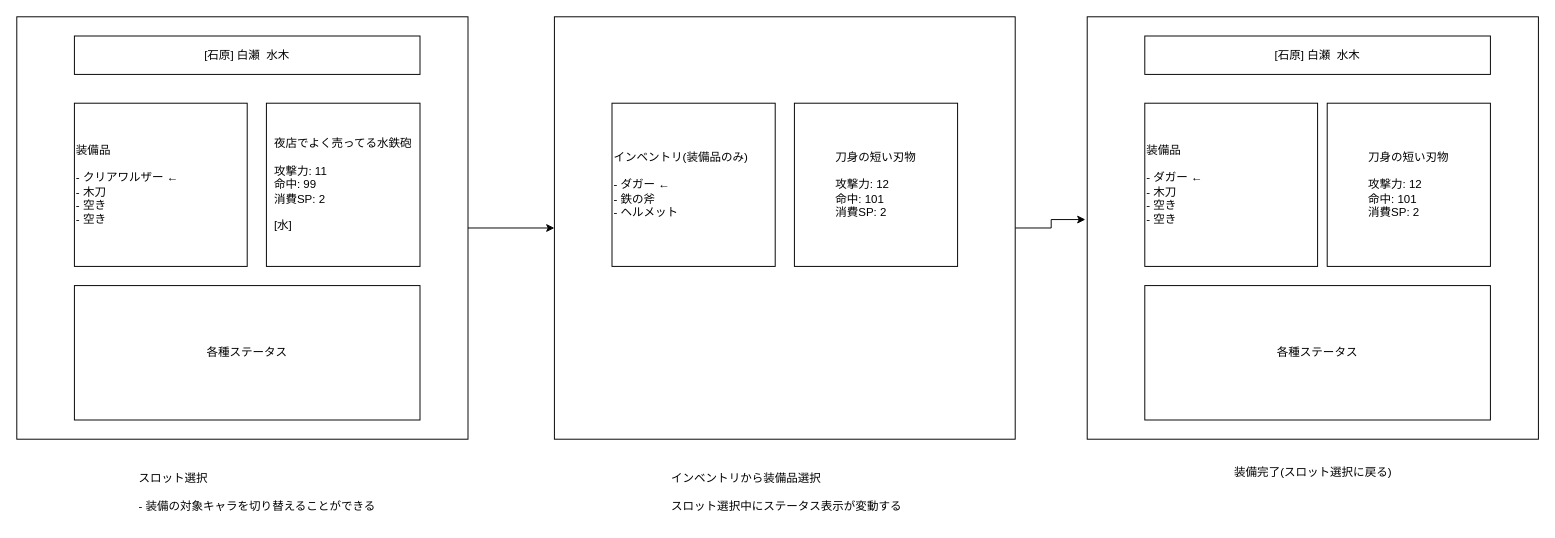
This is page "装備画面" (7 of 7) of digger.drawio from kijimaD/digger_rs, a draw.io file, before an edit. Source tidied: cells renumbered, new cells numbered last; positions are measured from the earlier drawing's top-left corner, leaving out a move shared by most shapes. Both pictures are drawn from the tidied source at 96%, with x=0, y=0 at pixel (16, 16).
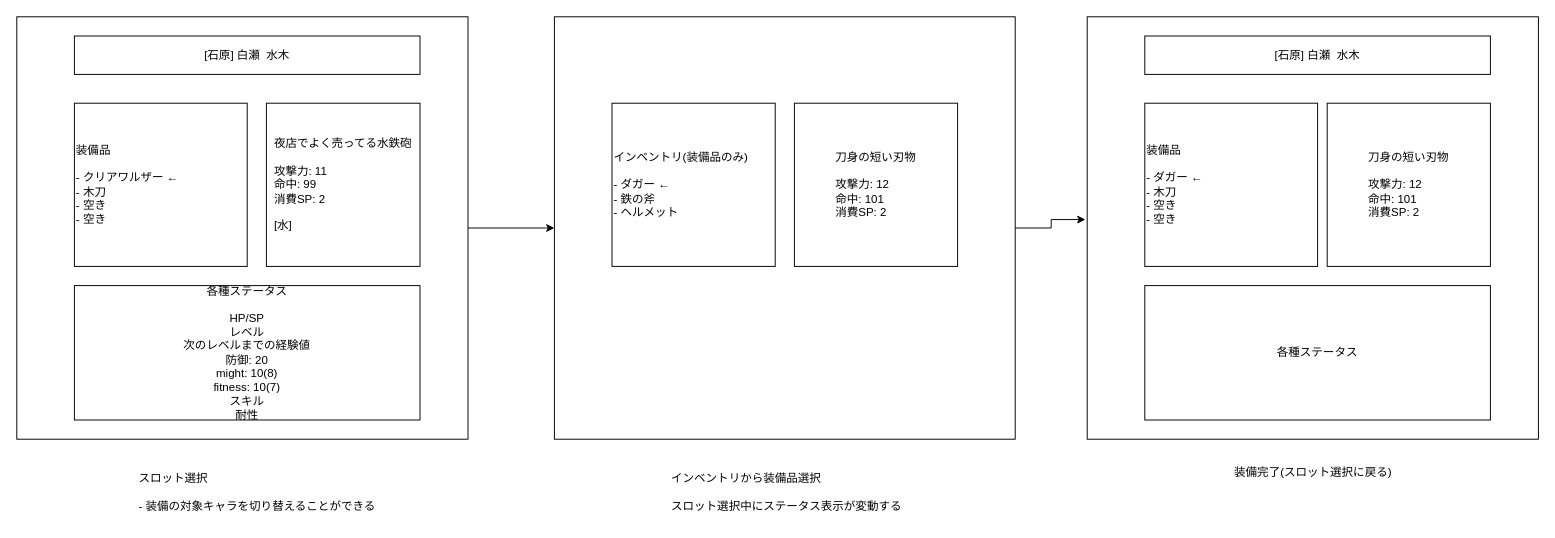
After the change.

Commit message:
digger.drawio を更新します

Change to the diagram source:
```diff
@@
 <mxGraphModel>
   <root>
     <mxCell id="0" />
     <mxCell id="1" parent="0" />
     <mxCell id="2" style="edgeStyle=orthogonalEdgeStyle;rounded=0;jettySize=auto;html=1;" parent="1" edge="1" source="3" target="7">
       <mxGeometry relative="1" as="geometry" />
     </mxCell>
     <mxCell id="3" style="rounded=0;whiteSpace=wrap;html=1;" parent="1" vertex="1">
       <mxGeometry width="470" height="440" as="geometry" />
     </mxCell>
     <mxCell id="4" value="&lt;div align=&quot;left&quot;&gt;装備品&lt;br&gt;&lt;/div&gt;&lt;div align=&quot;left&quot;&gt;&lt;br&gt;&lt;/div&gt;&lt;div align=&quot;left&quot;&gt;- クリアワルザー ←&lt;br&gt;&lt;/div&gt;&lt;div align=&quot;left&quot;&gt;- 木刀&lt;br&gt;&lt;/div&gt;&lt;div align=&quot;left&quot;&gt;- 空き&lt;/div&gt;&lt;div align=&quot;left&quot;&gt;- 空き&lt;br&gt;&lt;/div&gt;" style="rounded=0;whiteSpace=wrap;html=1;align=left;" parent="1" vertex="1">
       <mxGeometry x="60" y="90" width="180" height="170" as="geometry" />
     </mxCell>
     <mxCell id="5" value="[石原] 白瀬&amp;nbsp; 水木" style="rounded=0;whiteSpace=wrap;html=1;" parent="1" vertex="1">
       <mxGeometry x="60" y="20" width="360" height="40" as="geometry" />
     </mxCell>
     <mxCell id="6" style="edgeStyle=orthogonalEdgeStyle;rounded=0;jettySize=auto;html=1;entryX=-0.004;entryY=0.48;entryDx=0;entryDy=0;entryPerimeter=0;" parent="1" edge="1" source="7" target="15">
       <mxGeometry relative="1" as="geometry" />
     </mxCell>
     <mxCell id="7" style="rounded=0;whiteSpace=wrap;html=1;" parent="1" vertex="1">
       <mxGeometry x="560" width="480" height="440" as="geometry" />
     </mxCell>
     <mxCell id="8" value="&lt;div align=&quot;left&quot;&gt;インベントリ(装備品のみ)&lt;br&gt;&lt;br&gt;- ダガー ←&lt;br&gt;- 鉄の斧&lt;/div&gt;&lt;div align=&quot;left&quot;&gt;- ヘルメット&lt;br&gt;&lt;/div&gt;" style="rounded=0;whiteSpace=wrap;html=1;align=left;" parent="1" vertex="1">
       <mxGeometry x="620" y="90" width="170" height="170" as="geometry" />
     </mxCell>
     <mxCell id="9" value="&lt;div align=&quot;left&quot;&gt;スロット選択&lt;br&gt;&lt;/div&gt;&lt;div align=&quot;left&quot;&gt;&lt;br&gt;&lt;/div&gt;&lt;div align=&quot;left&quot;&gt;- 装備の対象キャラを切り替えることができる&lt;br&gt;&lt;/div&gt;" style="text;html=1;align=center;verticalAlign=middle;strokeColor=none;fillColor=none;" parent="1" vertex="1">
       <mxGeometry x="125" y="465" width="250" height="60" as="geometry" />
     </mxCell>
     <mxCell id="10" value="&lt;div align=&quot;left&quot;&gt;インベントリから装備品選択&lt;/div&gt;&lt;div align=&quot;left&quot;&gt;&lt;br&gt;&lt;/div&gt;&lt;div align=&quot;left&quot;&gt;スロット選択中にステータス表示が変動する&lt;br&gt;&lt;/div&gt;" style="text;html=1;align=left;verticalAlign=middle;strokeColor=none;fillColor=none;" parent="1" vertex="1">
       <mxGeometry x="680" y="465" width="240" height="60" as="geometry" />
     </mxCell>
     <mxCell id="11" value="装備完了(スロット選択に戻る)" style="text;html=1;align=center;verticalAlign=middle;strokeColor=none;fillColor=none;" parent="1" vertex="1">
       <mxGeometry x="1265" y="460" width="170" height="30" as="geometry" />
     </mxCell>
-    <mxCell id="12" value="各種ステータス" style="rounded=0;whiteSpace=wrap;html=1;" parent="1" vertex="1">
+    <mxCell id="12" value="各種ステータス&lt;br&gt;&lt;div&gt;&lt;br&gt;&lt;/div&gt;&lt;div&gt;HP/SP&lt;br&gt;&lt;/div&gt;&lt;div&gt;レベル&lt;/div&gt;&lt;div&gt;次のレベルまでの経験値&lt;/div&gt;&lt;div&gt;防御: 20&lt;/div&gt;&lt;div&gt;might: 10(8)&lt;/div&gt;&lt;div&gt;fitness: 10(7)&lt;/div&gt;&lt;div&gt;スキル&lt;/div&gt;&lt;div&gt;耐性&lt;/div&gt;" style="rounded=0;whiteSpace=wrap;html=1;" parent="1" vertex="1">
       <mxGeometry x="60" y="280" width="360" height="140" as="geometry" />
     </mxCell>
     <mxCell id="13" value="&lt;div align=&quot;left&quot;&gt;夜店でよく売ってる水鉄砲&lt;br&gt;&lt;/div&gt;&lt;div align=&quot;left&quot;&gt;&lt;br&gt;&lt;/div&gt;&lt;div align=&quot;left&quot;&gt;攻撃力: 11&lt;/div&gt;&lt;div align=&quot;left&quot;&gt;命中: 99&lt;/div&gt;&lt;div align=&quot;left&quot;&gt;消費SP: 2&lt;/div&gt;&lt;div align=&quot;left&quot;&gt;&lt;br&gt;&lt;/div&gt;&lt;div align=&quot;left&quot;&gt;[水]&lt;br&gt;&lt;/div&gt;" style="rounded=0;whiteSpace=wrap;html=1;" parent="1" vertex="1">
       <mxGeometry x="260" y="90" width="160" height="170" as="geometry" />
     </mxCell>
     <mxCell id="14" value="&lt;div align=&quot;left&quot;&gt;刀身の短い刃物&lt;br&gt;&lt;/div&gt;&lt;div align=&quot;left&quot;&gt;&lt;br&gt;&lt;/div&gt;&lt;div align=&quot;left&quot;&gt;攻撃力: 12&lt;/div&gt;&lt;div align=&quot;left&quot;&gt;命中: 101&lt;br&gt;&lt;/div&gt;&lt;div align=&quot;left&quot;&gt;消費SP: 2&lt;/div&gt;" style="rounded=0;whiteSpace=wrap;html=1;" parent="1" vertex="1">
       <mxGeometry x="810" y="90" width="170" height="170" as="geometry" />
     </mxCell>
     <mxCell id="15" style="rounded=0;whiteSpace=wrap;html=1;" parent="1" vertex="1">
       <mxGeometry x="1115" width="470" height="440" as="geometry" />
     </mxCell>
     <mxCell id="16" value="&lt;div align=&quot;left&quot;&gt;装備品&lt;br&gt;&lt;/div&gt;&lt;div align=&quot;left&quot;&gt;&lt;br&gt;&lt;/div&gt;&lt;div align=&quot;left&quot;&gt;- ダガー ←&lt;br&gt;&lt;/div&gt;&lt;div align=&quot;left&quot;&gt;- 木刀&lt;br&gt;&lt;/div&gt;&lt;div align=&quot;left&quot;&gt;- 空き&lt;/div&gt;&lt;div align=&quot;left&quot;&gt;- 空き&lt;br&gt;&lt;/div&gt;" style="rounded=0;whiteSpace=wrap;html=1;align=left;" parent="1" vertex="1">
       <mxGeometry x="1175" y="90" width="180" height="170" as="geometry" />
     </mxCell>
     <mxCell id="17" value="[石原] 白瀬&amp;nbsp; 水木" style="rounded=0;whiteSpace=wrap;html=1;" parent="1" vertex="1">
       <mxGeometry x="1175" y="20" width="360" height="40" as="geometry" />
     </mxCell>
     <mxCell id="18" value="各種ステータス" style="rounded=0;whiteSpace=wrap;html=1;" parent="1" vertex="1">
       <mxGeometry x="1175" y="280" width="360" height="140" as="geometry" />
     </mxCell>
     <mxCell id="19" value="&lt;div align=&quot;left&quot;&gt;刀身の短い刃物&lt;br&gt;&lt;/div&gt;&lt;div align=&quot;left&quot;&gt;&lt;br&gt;&lt;/div&gt;&lt;div align=&quot;left&quot;&gt;攻撃力: 12&lt;/div&gt;&lt;div align=&quot;left&quot;&gt;命中: 101&lt;br&gt;&lt;/div&gt;&lt;div align=&quot;left&quot;&gt;消費SP: 2&lt;/div&gt;" style="rounded=0;whiteSpace=wrap;html=1;" parent="1" vertex="1">
       <mxGeometry x="1365" y="90" width="170" height="170" as="geometry" />
     </mxCell>
   </root>
 </mxGraphModel>
```
